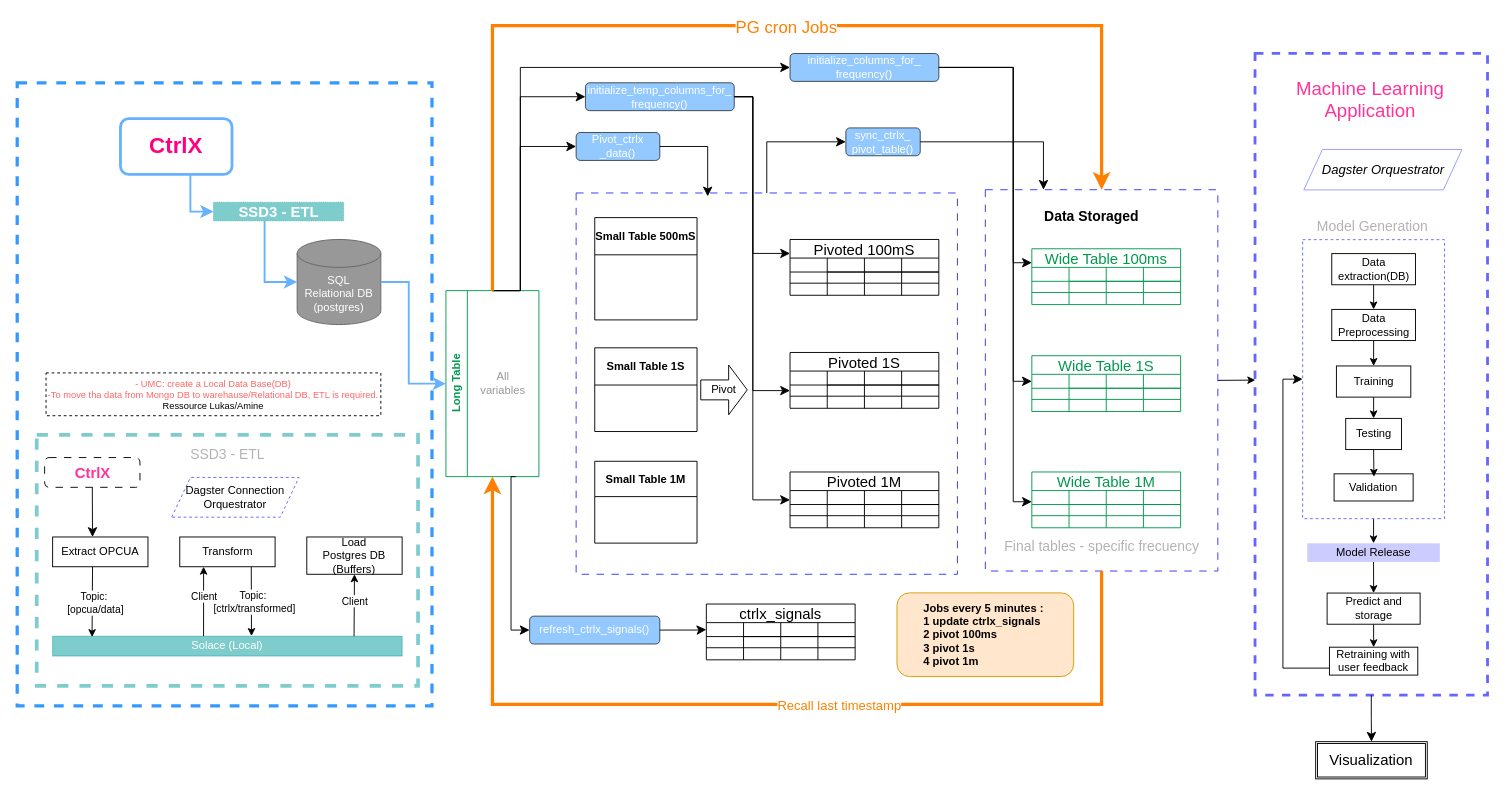
This is images/dataflows.drawio from manuelcaipocc/anomaly-detection-hydraulic-systems, a draw.io file, before an edit. Source tidied: cells renumbered, new cells numbered last; positions are measured from the earlier drawing's top-left corner, leaving out a move shared by most shapes. Both pictures are drawn from the tidied source at 93%, with x=0, y=0 at pixel (17, 25).
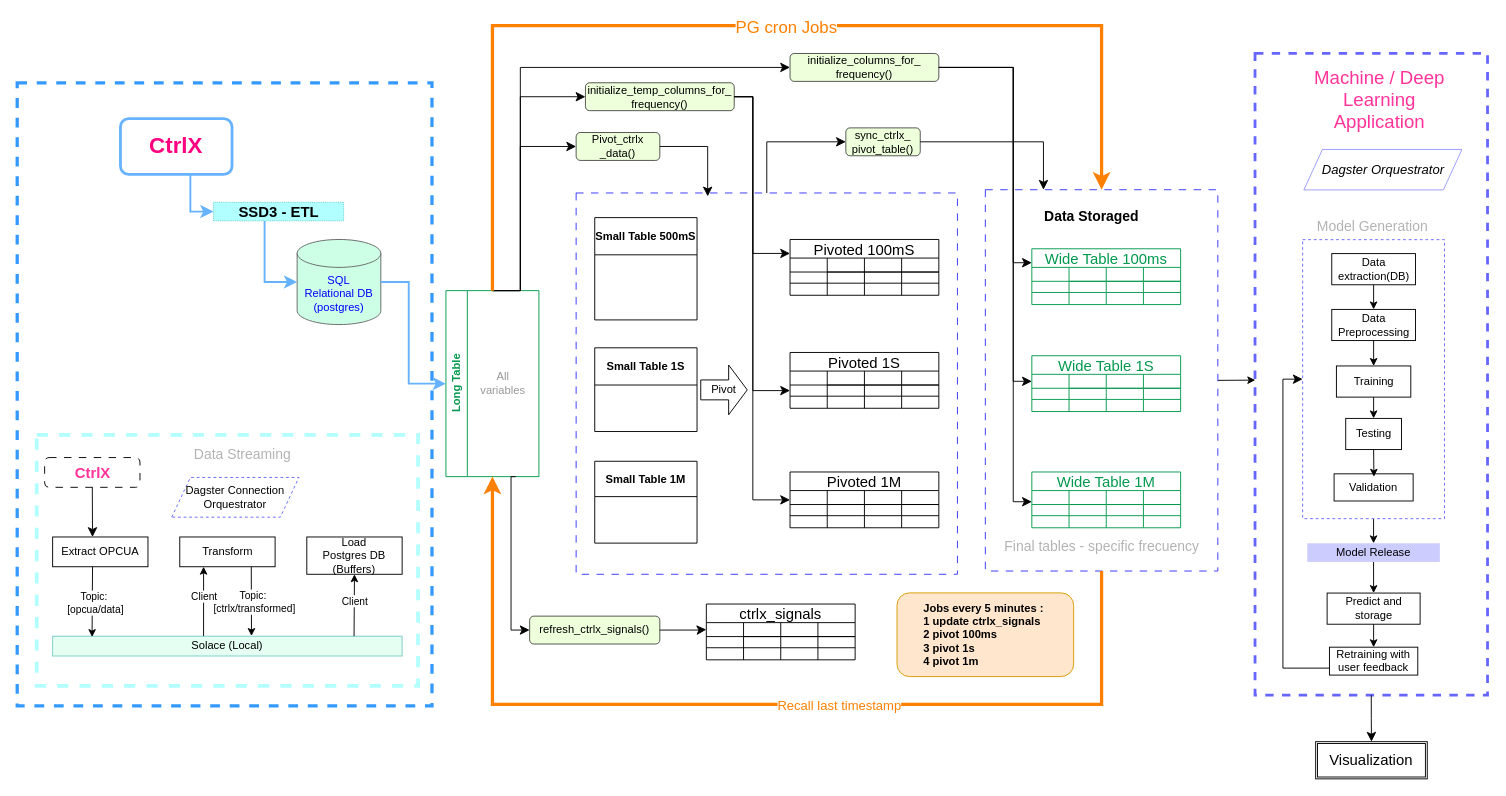
The same diagram, later.

The change refers to these unchanged cells:
```xml
<mxCell id="123" style="group;" parent="1" vertex="1">
  <mxGeometry x="21" y="440" width="410" height="270" as="geometry" />
</mxCell>
```

Diff of the diagram source:
```diff
@@
-    <mxCell id="79" value="refresh_ctrlx_signals()" style="rounded=1;html=1;fillColor=#66B2FF;whiteSpace=wrap;fontColor=#FFFFFF;opacity=70;" parent="1" vertex="1">
+    <mxCell id="79" value="refresh_ctrlx_signals()" style="rounded=1;html=1;fillColor=#E6FFCC;whiteSpace=wrap;fontColor=#000000;opacity=70;" parent="1" vertex="1">
       <mxGeometry x="551" y="635" width="140" height="30" as="geometry" />
     </mxCell>
-    <mxCell id="80" value="initialize_temp_columns_for_&lt;br&gt;frequency()" style="rounded=1;html=1;fillColor=#66B2FF;whiteSpace=wrap;fontColor=#FFFFFF;opacity=70;" parent="1" vertex="1">
+    <mxCell id="80" value="initialize_temp_columns_for_&lt;br&gt;frequency()" style="rounded=1;html=1;fillColor=#E6FFCC;whiteSpace=wrap;fontColor=#000000;opacity=70;" parent="1" vertex="1">
       <mxGeometry x="611" y="61.5" width="160" height="30" as="geometry" />
     </mxCell>
-    <mxCell id="81" value="initialize_columns_for_&lt;br&gt;frequency()" style="rounded=1;html=1;fillColor=#66B2FF;whiteSpace=wrap;fontColor=#FFFFFF;opacity=70;" parent="1" vertex="1">
+    <mxCell id="81" value="initialize_columns_for_&lt;br&gt;frequency()" style="rounded=1;html=1;fillColor=#E6FFCC;whiteSpace=wrap;fontColor=#000000;opacity=70;" parent="1" vertex="1">
       <mxGeometry x="831" y="30" width="160" height="30" as="geometry" />
     </mxCell>
@@
-    <mxCell id="85" value="Pivot_ctrlx&lt;br&gt;_data()" style="rounded=1;html=1;fillColor=#66B2FF;whiteSpace=wrap;fontColor=#FFFFFF;opacity=70;" parent="1" vertex="1">
+    <mxCell id="85" value="Pivot_ctrlx&lt;br&gt;_data()" style="rounded=1;html=1;fillColor=#E6FFCC;whiteSpace=wrap;fontColor=#000000;opacity=70;" parent="1" vertex="1">
       <mxGeometry x="601" y="115" width="90" height="30" as="geometry" />
     </mxCell>
-    <mxCell id="86" value="sync_ctrlx_&lt;br&gt;pivot_table()" style="rounded=1;html=1;fillColor=#66B2FF;whiteSpace=wrap;fontColor=#FFFFFF;opacity=70;" parent="1" vertex="1">
+    <mxCell id="86" value="sync_ctrlx_&lt;br&gt;pivot_table()" style="rounded=1;html=1;fillColor=#E6FFCC;whiteSpace=wrap;fontColor=#000000;opacity=70;" parent="1" vertex="1">
       <mxGeometry x="891" y="110" width="80" height="30" as="geometry" />
     </mxCell>
@@
-    <mxCell id="94" value="&lt;font style=&quot;color: rgb(255, 255, 255);&quot;&gt;SQL &lt;br&gt;Relational DB&lt;br&gt;(postgres)&lt;/font&gt;" style="shape=cylinder3;whiteSpace=wrap;html=1;boundedLbl=1;backgroundOutline=1;size=15;fillColor=#989898;fontColor=#333333;strokeColor=#666666;" parent="1" vertex="1">
+    <mxCell id="94" value="&lt;font style=&quot;&quot;&gt;SQL &lt;br&gt;Relational DB&lt;br&gt;(postgres)&lt;/font&gt;" style="shape=cylinder3;whiteSpace=wrap;html=1;boundedLbl=1;backgroundOutline=1;size=15;fillColor=#CCFFE6;fontColor=#0000FF;strokeColor=#666666;" parent="1" vertex="1">
       <mxGeometry x="301" y="230" width="90" height="91.5" as="geometry" />
     </mxCell>
-    <mxCell id="95" value="SSD3 - ETL" style="rounded=0;html=1;fillColor=#009999;strokeColor=#009999;dashed=1;dashPattern=1 1;fontSize=16;fontColor=#FFFFFF;fontStyle=1;opacity=50;" parent="1" vertex="1">
+    <mxCell id="95" value="SSD3 - ETL" style="rounded=0;html=1;fillColor=#66FFFF;strokeColor=#009999;dashed=1;dashPattern=1 1;fontSize=16;fontColor=#000000;fontStyle=1;opacity=50;labelBackgroundColor=none;" parent="1" vertex="1">
       <mxGeometry x="211" y="190" width="140" height="20" as="geometry" />
     </mxCell>
@@
-    <mxCell id="98" value="&lt;div&gt;&lt;font style=&quot;color: rgb(255, 102, 102);&quot;&gt;- UMC: create a Local Data Base(DB)&lt;/font&gt;&lt;/div&gt;&lt;div&gt;&lt;span style=&quot;background-color: transparent;&quot;&gt;&lt;font style=&quot;color: rgb(255, 102, 102);&quot;&gt;-To move tha data from Mongo DB to warehause/Relational DB, ETL is required.&lt;/font&gt;&lt;/span&gt;&lt;/div&gt;&lt;div&gt;Ressource Lukas/Amine&lt;/div&gt;" style="rounded=0;whiteSpace=wrap;html=1;dashed=1;fontSize=10;" parent="1" vertex="1">
-      <mxGeometry x="31" y="373.5" width="360" height="46" as="geometry" />
-    </mxCell>
@@
-    <mxCell id="101" value="Machine Learning &lt;br&gt;Application" style="text;html=1;align=center;verticalAlign=middle;whiteSpace=wrap;rounded=0;fontSize=20;fontColor=#FF3399;fillColor=#FFFFFF;gradientColor=none;" parent="1" vertex="1">
-      <mxGeometry x="1360" y="58.5" width="190" height="40" as="geometry" />
+    <mxCell id="101" value="Machine / Deep Learning &lt;br&gt;Application" style="text;html=1;align=center;verticalAlign=middle;whiteSpace=wrap;rounded=0;fontSize=20;fontColor=#FF3399;fillColor=#FFFFFF;gradientColor=none;" parent="1" vertex="1">
+      <mxGeometry x="1370" y="58.5" width="190" height="40" as="geometry" />
     </mxCell>
@@
-    <mxCell id="124" style="rounded=0;whiteSpace=wrap;html=1;dashed=1;strokeColor=#009999;strokeWidth=4;opacity=50;" parent="123" vertex="1">
+    <mxCell id="124" style="rounded=0;whiteSpace=wrap;html=1;dashed=1;strokeColor=#66FFFF;strokeWidth=4;opacity=50;" parent="123" vertex="1">
       <mxGeometry width="410" height="270" as="geometry" />
     </mxCell>
@@
-    <mxCell id="131" value="Solace (Local)" style="rounded=0;whiteSpace=wrap;html=1;fillColor=#009999;strokeColor=#009999;fontColor=#FFFFFF;gradientColor=none;opacity=50;" parent="123" vertex="1">
+    <mxCell id="131" value="Solace (Local)" style="rounded=0;whiteSpace=wrap;html=1;fillColor=#CCFFE6;strokeColor=#009999;fontColor=#000000;gradientColor=none;opacity=50;" parent="123" vertex="1">
       <mxGeometry x="17.1" y="216.6" width="375.8" height="21.3" as="geometry" />
     </mxCell>
@@
-    <mxCell id="140" value="SSD3 - ETL" style="text;strokeColor=none;fillColor=none;html=1;verticalAlign=middle;align=center;fontColor=#B3B3B3;fontSize=15;" parent="123" vertex="1">
-      <mxGeometry x="108.7" y="6" width="192.5" height="30" as="geometry" />
+    <mxCell id="140" value="Data Streaming" style="text;strokeColor=none;fillColor=none;html=1;verticalAlign=middle;align=center;fontColor=#B3B3B3;fontSize=15;" parent="123" vertex="1">
+      <mxGeometry x="140" y="6" width="161.2" height="30" as="geometry" />
     </mxCell>
```
